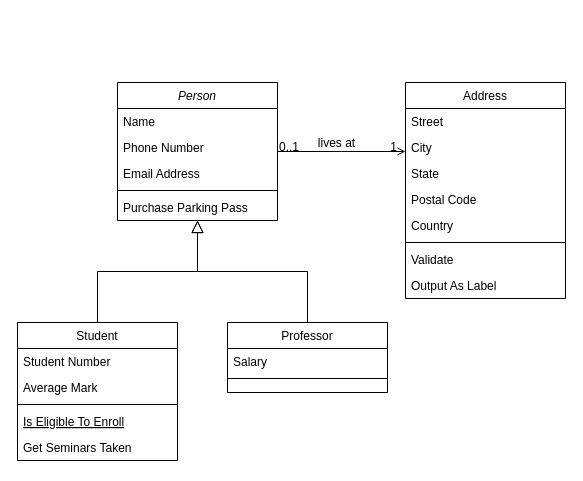
Above: Diagramme sans nom.drawio in RaptorZ501/VisuVerse (draw.io), before the change. Source tidied: cells renumbered, new cells numbered last; positions are measured from the earlier drawing's top-left corner, leaving out a move shared by most shapes. Both pictures are drawn from the tidied source at 100%, with x=0, y=0 at pixel (17, 82).
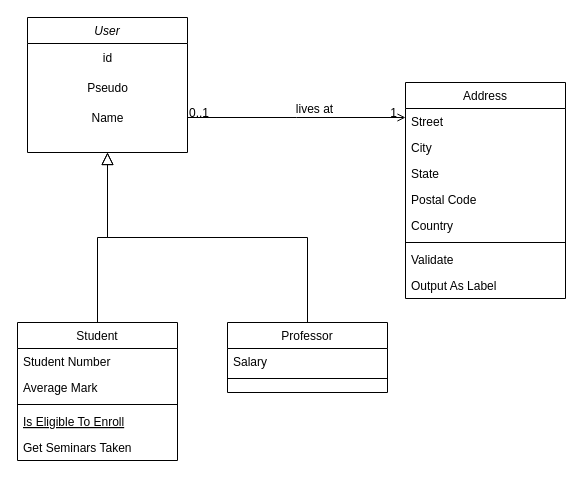
Above is the later version.

Commit message:
Mettre à jour Diagramme sans nom.drawio

Change to the diagram source:
```diff
@@
-    <mxCell id="2" value="Person" style="swimlane;fontStyle=2;align=center;verticalAlign=top;horizontal=1;startSize=26;rounded=0;shadow=0;strokeWidth=1;" parent="1" vertex="1">
-      <mxGeometry x="100" width="160" height="138" as="geometry" />
+    <mxCell id="2" value="User&#10;&#10;&#10;" style="swimlane;fontStyle=2;align=center;verticalAlign=top;horizontal=1;startSize=26;rounded=0;shadow=0;strokeWidth=1;" parent="1" vertex="1">
+      <mxGeometry x="10" y="-65" width="160" height="135" as="geometry" />
     </mxCell>
+    <mxCell id="32" value="id" style="text;html=1;align=center;verticalAlign=middle;strokeColor=none;fillColor=none;" parent="2" vertex="1">
+      <mxGeometry y="26" width="160" height="30" as="geometry" />
+    </mxCell>
+    <mxCell id="33" value="Pseudo" style="text;html=1;align=center;verticalAlign=middle;strokeColor=none;fillColor=none;" parent="2" vertex="1">
+      <mxGeometry y="56" width="160" height="30" as="geometry" />
+    </mxCell>
-    <mxCell id="3" value="Name" style="text;align=left;verticalAlign=top;spacingLeft=4;spacingRight=4;overflow=hidden;" parent="2" vertex="1">
-      <mxGeometry y="26" width="160" height="26" as="geometry" />
+    <mxCell id="3" value="Name" style="text;html=1;align=center;verticalAlign=middle;strokeColor=none;fillColor=none;" parent="2" vertex="1">
+      <mxGeometry y="86" width="160" height="30" as="geometry" />
     </mxCell>
-    <mxCell id="4" value="Phone Number" style="text;align=left;verticalAlign=top;spacingLeft=4;spacingRight=4;overflow=hidden;rounded=0;shadow=0;html=0;" parent="2" vertex="1">
-      <mxGeometry y="52" width="160" height="26" as="geometry" />
-    </mxCell>
-    <mxCell id="5" value="Email Address" style="text;align=left;verticalAlign=top;spacingLeft=4;spacingRight=4;overflow=hidden;rounded=0;shadow=0;html=0;" parent="2" vertex="1">
-      <mxGeometry y="78" width="160" height="26" as="geometry" />
-    </mxCell>
-    <mxCell id="6" style="line;html=1;strokeWidth=1;align=left;verticalAlign=middle;spacingTop=-1;spacingLeft=3;spacingRight=3;labelPosition=right;" parent="2" vertex="1">
-      <mxGeometry y="104" width="160" height="8" as="geometry" />
-    </mxCell>
-    <mxCell id="7" value="Purchase Parking Pass" style="text;align=left;verticalAlign=top;spacingLeft=4;spacingRight=4;overflow=hidden;" parent="2" vertex="1">
-      <mxGeometry y="112" width="160" height="26" as="geometry" />
-    </mxCell>
```
